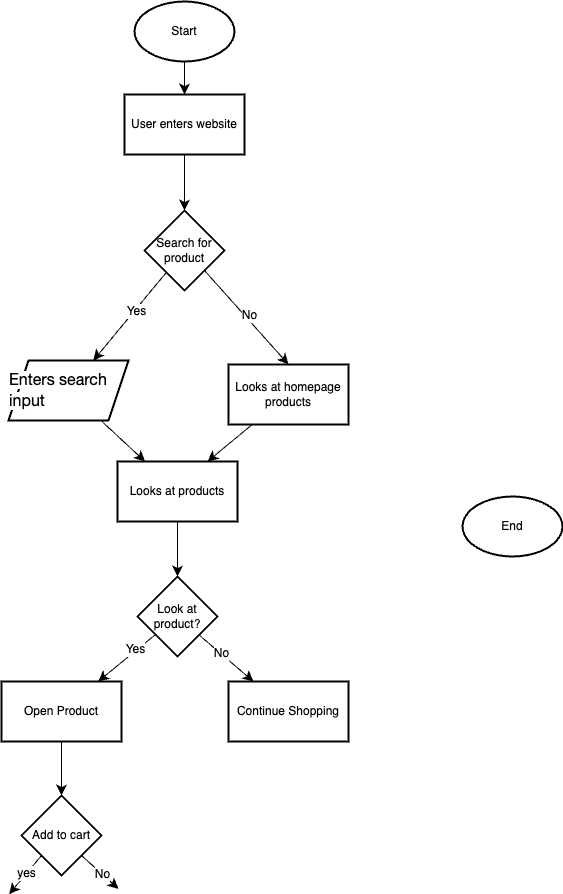
The draw.io diagram explore/diagramming/diagram.drawio.png in Keanooo7/sp25-cse110-lab4, before a commit. Source tidied: cells renumbered, new cells last; positions are measured from the earlier drawing's top-left corner, leaving out a move shared by most shapes.
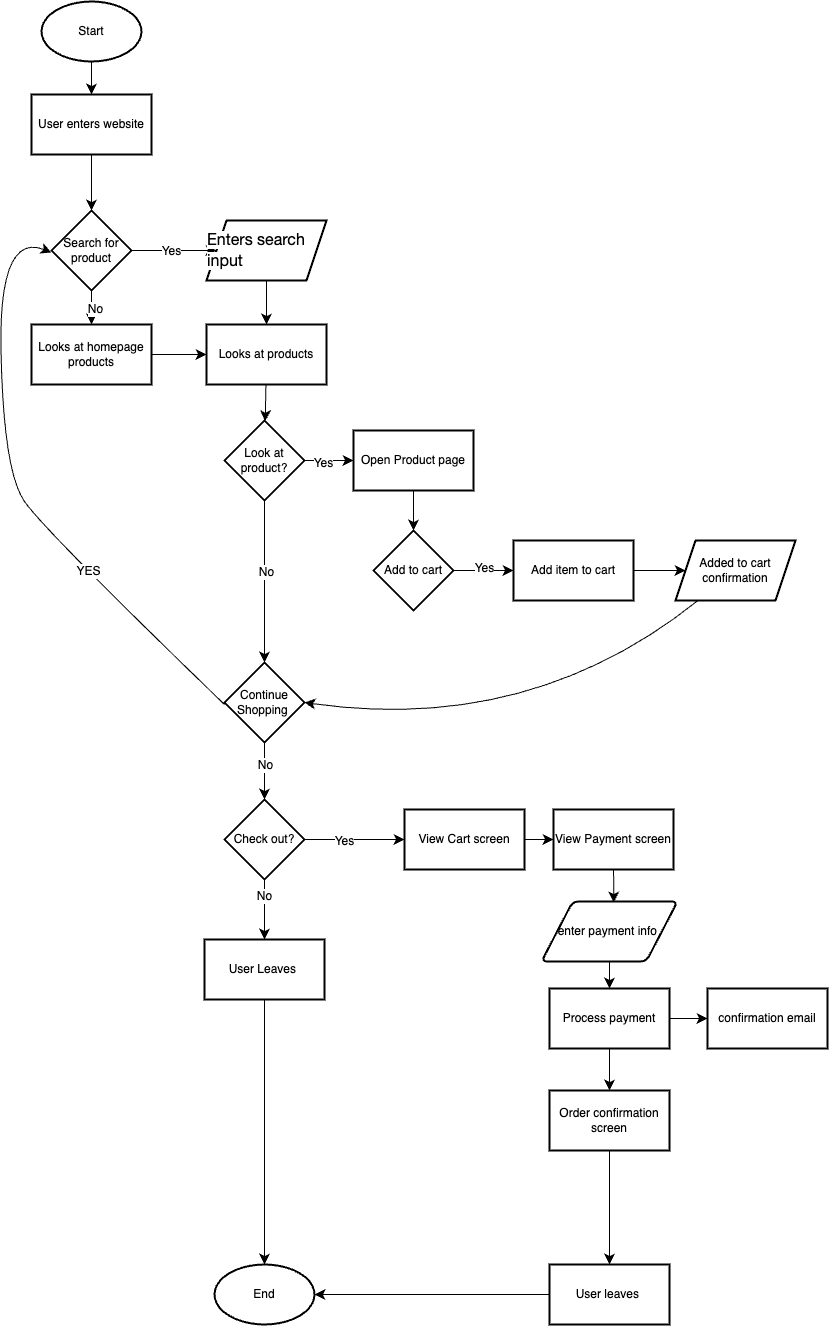
Later version of the same file.

What changed in the source:
```diff
@@ -9,7 +9,7 @@
       <mxGeometry x="133" width="100" height="60" as="geometry" />
     </mxCell>
     <mxCell id="4" value="End" style="strokeWidth=2;html=1;shape=mxgraph.flowchart.start_1;whiteSpace=wrap;" parent="1" vertex="1">
-      <mxGeometry x="461" y="495" width="100" height="60" as="geometry" />
+      <mxGeometry x="306" y="1263" width="100" height="60" as="geometry" />
     </mxCell>
     <mxCell id="5" style="edgeStyle=none;curved=1;rounded=0;jettySize=auto;html=1;fontSize=12;startSize=8;endSize=8;" parent="1" edge="1" source="6" target="11">
       <mxGeometry relative="1" as="geometry" />
@@ -25,7 +25,7 @@
         <mxPoint x="1" as="offset" />
       </mxGeometry>
     </mxCell>
-    <mxCell id="9" style="edgeStyle=none;curved=1;rounded=0;jettySize=auto;html=1;exitX=1;exitY=1;exitDx=0;exitDy=0;entryX=0.5;entryY=0;entryDx=0;entryDy=0;fontSize=12;startSize=8;endSize=8;" parent="1" edge="1" source="11" target="15">
+    <mxCell id="9" style="edgeStyle=none;curved=1;rounded=0;jettySize=auto;html=1;exitX=0.5;exitY=1;exitDx=0;exitDy=0;entryX=0.5;entryY=0;entryDx=0;entryDy=0;fontSize=12;startSize=8;endSize=8;" parent="1" edge="1" source="11" target="15">
       <mxGeometry relative="1" as="geometry" />
     </mxCell>
     <mxCell id="10" value="No" style="edgeLabel;html=1;align=center;verticalAlign=middle;fontSize=12;" parent="9" vertex="1">
@@ -38,19 +38,19 @@
       <mxGeometry relative="1" as="geometry" />
     </mxCell>
     <mxCell id="13" value="&lt;div style=&quot;text-align: left;&quot;&gt;&lt;span style=&quot;color: light-dark(rgb(0, 0, 0), rgb(255, 255, 255)); font-size: 16px; background-color: rgb(255, 255, 255);&quot;&gt;&lt;font face=&quot;Lato Extended, Lato, Helvetica Neue, Helvetica, Arial, sans-serif&quot;&gt;Enters search input&lt;/font&gt;&lt;/span&gt;&lt;/div&gt;" style="shape=parallelogram;perimeter=parallelogramPerimeter;whiteSpace=wrap;html=1;fixedSize=1;strokeWidth=2;" parent="1" vertex="1">
-      <mxGeometry x="7" y="359" width="120" height="60" as="geometry" />
+      <mxGeometry x="298" y="219" width="120" height="60" as="geometry" />
     </mxCell>
-    <mxCell id="14" style="edgeStyle=none;curved=1;rounded=0;jettySize=auto;html=1;entryX=0.75;entryY=0;entryDx=0;entryDy=0;fontSize=12;startSize=8;endSize=8;" parent="1" edge="1" source="15" target="17">
+    <mxCell id="14" style="edgeStyle=none;curved=1;rounded=0;jettySize=auto;html=1;exitX=1;exitY=0.5;exitDx=0;exitDy=0;entryX=0;entryY=0.5;entryDx=0;entryDy=0;fontSize=12;startSize=8;endSize=8;" parent="1" edge="1" source="15" target="17">
       <mxGeometry relative="1" as="geometry" />
     </mxCell>
     <mxCell id="15" value="Looks at homepage products" style="whiteSpace=wrap;html=1;strokeWidth=2;" parent="1" vertex="1">
-      <mxGeometry x="227" y="363" width="120" height="60" as="geometry" />
+      <mxGeometry x="123" y="323" width="120" height="60" as="geometry" />
     </mxCell>
     <mxCell id="16" style="edgeStyle=none;curved=1;rounded=0;jettySize=auto;html=1;fontSize=12;startSize=8;endSize=8;" parent="1" edge="1" source="17" target="22">
       <mxGeometry relative="1" as="geometry" />
     </mxCell>
     <mxCell id="17" value="Looks at products" style="whiteSpace=wrap;html=1;strokeWidth=2;" parent="1" vertex="1">
-      <mxGeometry x="116" y="460" width="120" height="60" as="geometry" />
+      <mxGeometry x="298" y="323" width="120" height="60" as="geometry" />
     </mxCell>
     <mxCell id="18" style="edgeStyle=none;curved=1;rounded=0;jettySize=auto;html=1;fontSize=12;startSize=8;endSize=8;" parent="1" edge="1" source="22" target="24">
       <mxGeometry relative="1" as="geometry" />
@@ -61,39 +61,134 @@
     <mxCell id="20" style="edgeStyle=none;curved=1;rounded=0;jettySize=auto;html=1;fontSize=12;startSize=8;endSize=8;" parent="1" edge="1" source="22" target="25">
       <mxGeometry relative="1" as="geometry" />
     </mxCell>
-    <mxCell id="21" value="No" style="edgeLabel;html=1;align=center;verticalAlign=middle;fontSize=12;" parent="20" vertex="1">
-      <mxGeometry x="-0.21" y="1" relative="1" as="geometry" />
-    </mxCell>
+    <mxCell id="31" value="No" style="edgeLabel;html=1;align=center;verticalAlign=middle;fontSize=12;" parent="20" vertex="1">
+      <mxGeometry x="-0.13" y="1" relative="1" as="geometry" />
+    </mxCell>
     <mxCell id="22" value="Look at product?" style="rhombus;whiteSpace=wrap;html=1;strokeWidth=2;" parent="1" vertex="1">
-      <mxGeometry x="136" y="575" width="80" height="80" as="geometry" />
+      <mxGeometry x="316" y="419" width="80" height="80" as="geometry" />
     </mxCell>
     <mxCell id="23" style="edgeStyle=none;curved=1;rounded=0;jettySize=auto;html=1;fontSize=12;startSize=8;endSize=8;" parent="1" edge="1" source="24" target="30">
       <mxGeometry relative="1" as="geometry" />
     </mxCell>
-    <mxCell id="24" value="Open Product" style="whiteSpace=wrap;html=1;strokeWidth=2;" parent="1" vertex="1">
-      <mxGeometry y="680" width="120" height="60" as="geometry" />
+    <mxCell id="24" value="Open Product page" style="whiteSpace=wrap;html=1;strokeWidth=2;" parent="1" vertex="1">
+      <mxGeometry x="445" y="429" width="120" height="60" as="geometry" />
     </mxCell>
+    <mxCell id="32" style="edgeStyle=none;curved=1;rounded=0;jettySize=auto;html=1;fontSize=12;startSize=8;endSize=8;" parent="1" edge="1" source="30" target="35">
+      <mxGeometry relative="1" as="geometry" />
+    </mxCell>
+    <mxCell id="33" value="Yes" style="edgeLabel;html=1;align=center;verticalAlign=middle;fontSize=12;" parent="32" vertex="1">
+      <mxGeometry x="-0.01" y="3" relative="1" as="geometry">
+        <mxPoint x="1" as="offset" />
+      </mxGeometry>
+    </mxCell>
+    <mxCell id="30" value="Add to cart" style="rhombus;whiteSpace=wrap;html=1;strokeWidth=2;" parent="1" vertex="1">
+      <mxGeometry x="465" y="529" width="80" height="80" as="geometry" />
+    </mxCell>
+    <mxCell id="34" style="edgeStyle=none;curved=1;rounded=0;jettySize=auto;html=1;fontSize=12;startSize=8;endSize=8;" parent="1" edge="1" source="35" target="55">
+      <mxGeometry relative="1" as="geometry" />
+    </mxCell>
+    <mxCell id="35" value="Add item to cart" style="shape=parallelogram;perimeter=parallelogramPerimeter;whiteSpace=wrap;html=1;fixedSize=1;strokeWidth=2;size=-5.333333333333371;" parent="1" vertex="1">
+      <mxGeometry x="605" y="539" width="120" height="60" as="geometry" />
+    </mxCell>
+    <mxCell id="36" style="edgeStyle=none;curved=1;rounded=0;orthogonalLoop=1;jettySize=auto;html=1;exitX=0;exitY=0.5;exitDx=0;exitDy=0;fontSize=12;startSize=8;endSize=8;entryX=0;entryY=0.5;entryDx=0;entryDy=0;" parent="1" edge="1">
+      <mxGeometry relative="1" as="geometry">
+        <mxPoint x="316" y="703" as="sourcePoint" />
+        <mxPoint x="143" y="251" as="targetPoint" />
+        <Array as="points">
+          <mxPoint x="137" y="530" />
+          <mxPoint x="95" y="470" />
+          <mxPoint x="90" y="230" />
+        </Array>
+      </mxGeometry>
+    </mxCell>
+    <mxCell id="37" value="YES" style="edgeLabel;html=1;align=center;verticalAlign=middle;fontSize=12;" parent="36" vertex="1">
+      <mxGeometry x="-0.4" y="-60" relative="1" as="geometry">
+        <mxPoint x="-46" y="37" as="offset" />
+      </mxGeometry>
+    </mxCell>
+    <mxCell id="38" style="edgeStyle=none;curved=1;rounded=0;jettySize=auto;html=1;fontSize=12;startSize=8;endSize=8;" parent="1" edge="1" source="25" target="44">
+      <mxGeometry relative="1" as="geometry" />
+    </mxCell>
+    <mxCell id="39" value="No" style="edgeLabel;html=1;align=center;verticalAlign=middle;fontSize=12;" parent="38" vertex="1">
+      <mxGeometry x="-0.22" relative="1" as="geometry" />
+    </mxCell>
-    <mxCell id="25" value="Continue Shopping" style="whiteSpace=wrap;html=1;strokeWidth=2;" parent="1" vertex="1">
-      <mxGeometry x="227" y="680" width="120" height="60" as="geometry" />
+    <mxCell id="25" value="Continue Shopping&amp;nbsp;" style="rhombus;whiteSpace=wrap;html=1;strokeWidth=2;" parent="1" vertex="1">
+      <mxGeometry x="316" y="661" width="80" height="80" as="geometry" />
     </mxCell>
-    <mxCell id="26" style="edgeStyle=none;curved=1;rounded=0;jettySize=auto;html=1;exitX=0;exitY=1;exitDx=0;exitDy=0;fontSize=12;startSize=8;endSize=8;" parent="1" edge="1" source="30">
-      <mxGeometry relative="1" as="geometry">
-        <mxPoint x="7.7" y="892.7" as="targetPoint" />
-      </mxGeometry>
-    </mxCell>
-    <mxCell id="27" value="yes" style="edgeLabel;html=1;align=center;verticalAlign=middle;fontSize=12;" parent="26" vertex="1">
-      <mxGeometry x="-0.06" y="-1" relative="1" as="geometry" />
-    </mxCell>
-    <mxCell id="28" style="edgeStyle=none;curved=1;rounded=0;jettySize=auto;html=1;exitX=1;exitY=1;exitDx=0;exitDy=0;fontSize=12;startSize=8;endSize=8;" parent="1" edge="1" source="30">
-      <mxGeometry relative="1" as="geometry">
-        <mxPoint x="117" y="887.3" as="targetPoint" />
-      </mxGeometry>
-    </mxCell>
-    <mxCell id="29" value="No" style="edgeLabel;html=1;align=center;verticalAlign=middle;fontSize=12;" parent="28" vertex="1">
-      <mxGeometry x="0.13" relative="1" as="geometry" />
-    </mxCell>
-    <mxCell id="30" value="Add to cart" style="rhombus;whiteSpace=wrap;html=1;strokeWidth=2;" parent="1" vertex="1">
-      <mxGeometry x="20" y="794" width="80" height="80" as="geometry" />
-    </mxCell>
+    <mxCell id="40" style="edgeStyle=none;curved=1;rounded=0;jettySize=auto;html=1;fontSize=12;startSize=8;endSize=8;" parent="1" edge="1" source="44" target="46">
+      <mxGeometry relative="1" as="geometry" />
+    </mxCell>
+    <mxCell id="41" value="No" style="edgeLabel;html=1;align=center;verticalAlign=middle;fontSize=12;" parent="40" vertex="1">
+      <mxGeometry x="-0.5" y="-1" relative="1" as="geometry" />
+    </mxCell>
+    <mxCell id="42" style="edgeStyle=none;curved=1;rounded=0;jettySize=auto;html=1;fontSize=12;startSize=8;endSize=8;" parent="1" edge="1" source="44" target="48">
+      <mxGeometry relative="1" as="geometry" />
+    </mxCell>
+    <mxCell id="43" value="Yes" style="edgeLabel;html=1;align=center;verticalAlign=middle;fontSize=12;" parent="42" vertex="1">
+      <mxGeometry x="-0.24" y="-1" relative="1" as="geometry">
+        <mxPoint x="1" as="offset" />
+      </mxGeometry>
+    </mxCell>
+    <mxCell id="44" value="Check out?" style="rhombus;whiteSpace=wrap;html=1;strokeWidth=2;" parent="1" vertex="1">
+      <mxGeometry x="316" y="798" width="80" height="80" as="geometry" />
+    </mxCell>
+    <mxCell id="45" style="edgeStyle=none;curved=1;rounded=0;jettySize=auto;html=1;fontSize=12;startSize=8;endSize=8;" parent="1" edge="1" source="46" target="4">
+      <mxGeometry relative="1" as="geometry" />
+    </mxCell>
+    <mxCell id="46" value="User Leaves&amp;nbsp;" style="whiteSpace=wrap;html=1;strokeWidth=2;" parent="1" vertex="1">
+      <mxGeometry x="296" y="938" width="120" height="60" as="geometry" />
+    </mxCell>
+    <mxCell id="47" style="edgeStyle=none;curved=1;rounded=0;jettySize=auto;html=1;fontSize=12;startSize=8;endSize=8;" parent="1" edge="1" source="48" target="50">
+      <mxGeometry relative="1" as="geometry" />
+    </mxCell>
+    <mxCell id="48" value="View Cart screen" style="whiteSpace=wrap;html=1;strokeWidth=2;" parent="1" vertex="1">
+      <mxGeometry x="496" y="808" width="120" height="60" as="geometry" />
+    </mxCell>
+    <mxCell id="49" style="edgeStyle=none;curved=1;rounded=0;jettySize=auto;html=1;fontSize=12;startSize=8;endSize=8;entryX=0.531;entryY=0.019;entryDx=0;entryDy=0;entryPerimeter=0;" parent="1" edge="1" source="50" target="57">
+      <mxGeometry relative="1" as="geometry" />
+    </mxCell>
+    <mxCell id="50" value="View Payment screen" style="whiteSpace=wrap;html=1;strokeWidth=2;" parent="1" vertex="1">
+      <mxGeometry x="645" y="808" width="120" height="60" as="geometry" />
+    </mxCell>
+    <mxCell id="51" style="edgeStyle=none;curved=1;rounded=0;jettySize=auto;html=1;fontSize=12;startSize=8;endSize=8;" parent="1" edge="1" source="53" target="59">
+      <mxGeometry relative="1" as="geometry" />
+    </mxCell>
+    <mxCell id="52" style="edgeStyle=none;curved=1;rounded=0;jettySize=auto;html=1;exitX=1;exitY=0.5;exitDx=0;exitDy=0;fontSize=12;startSize=8;endSize=8;" parent="1" edge="1" source="53" target="60">
+      <mxGeometry relative="1" as="geometry" />
+    </mxCell>
+    <mxCell id="53" value="Process payment" style="whiteSpace=wrap;html=1;strokeWidth=2;" parent="1" vertex="1">
+      <mxGeometry x="641" y="987" width="120" height="60" as="geometry" />
+    </mxCell>
+    <mxCell id="54" style="edgeStyle=none;curved=1;rounded=0;jettySize=auto;html=1;entryX=1;entryY=0.5;entryDx=0;entryDy=0;fontSize=12;startSize=8;endSize=8;" parent="1" edge="1" source="55" target="25">
+      <mxGeometry relative="1" as="geometry">
+        <Array as="points">
+          <mxPoint x="622" y="733" />
+        </Array>
+      </mxGeometry>
+    </mxCell>
+    <mxCell id="55" value="Added to cart confirmation" style="shape=parallelogram;perimeter=parallelogramPerimeter;whiteSpace=wrap;html=1;fixedSize=1;strokeWidth=2;" parent="1" vertex="1">
+      <mxGeometry x="767" y="539" width="120" height="60" as="geometry" />
+    </mxCell>
+    <mxCell id="56" style="edgeStyle=none;curved=1;rounded=0;jettySize=auto;html=1;fontSize=12;startSize=8;endSize=8;" parent="1" edge="1" source="57" target="53">
+      <mxGeometry relative="1" as="geometry" />
+    </mxCell>
+    <mxCell id="57" value="enter payment info&amp;nbsp;" style="shape=parallelogram;html=1;strokeWidth=2;perimeter=parallelogramPerimeter;whiteSpace=wrap;rounded=1;arcSize=12;size=0.23;" parent="1" vertex="1">
+      <mxGeometry x="633" y="900" width="136" height="60" as="geometry" />
+    </mxCell>
+    <mxCell id="58" style="edgeStyle=none;curved=1;rounded=0;jettySize=auto;html=1;fontSize=12;startSize=8;endSize=8;" parent="1" edge="1" source="59" target="62">
+      <mxGeometry relative="1" as="geometry" />
+    </mxCell>
+    <mxCell id="59" value="Order confirmation screen" style="shape=parallelogram;perimeter=parallelogramPerimeter;whiteSpace=wrap;html=1;fixedSize=1;strokeWidth=2;size=-26.35294117647038;" parent="1" vertex="1">
+      <mxGeometry x="641" y="1089" width="120" height="60" as="geometry" />
+    </mxCell>
+    <mxCell id="60" value="confirmation email" style="whiteSpace=wrap;html=1;strokeWidth=2;" parent="1" vertex="1">
+      <mxGeometry x="799" y="987" width="120" height="60" as="geometry" />
+    </mxCell>
+    <mxCell id="61" style="edgeStyle=none;curved=1;rounded=0;jettySize=auto;html=1;exitX=0;exitY=0.5;exitDx=0;exitDy=0;fontSize=12;startSize=8;endSize=8;" parent="1" edge="1" source="62" target="4">
+      <mxGeometry relative="1" as="geometry" />
+    </mxCell>
+    <mxCell id="62" value="User leaves&amp;nbsp;" style="whiteSpace=wrap;html=1;strokeWidth=2;" parent="1" vertex="1">
+      <mxGeometry x="641" y="1263" width="120" height="60" as="geometry" />
+    </mxCell>
   </root>
 </mxGraphModel>
```
